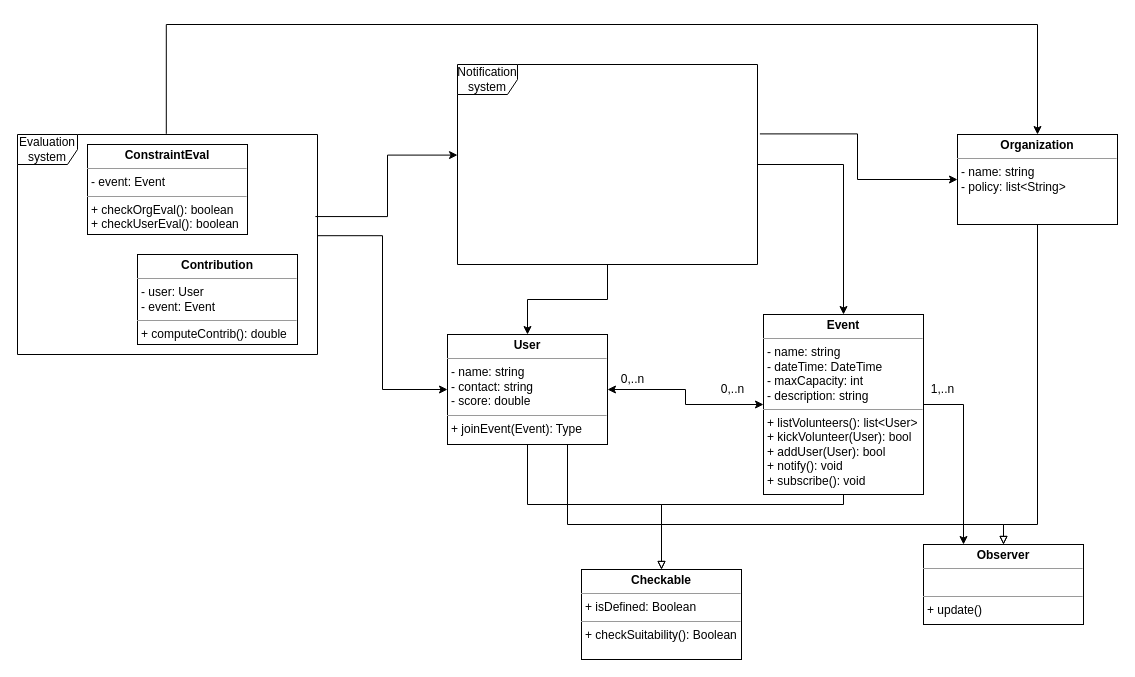
Earlier version of the draw.io diagram project/UMLproject.drawio (josura/HCI). Source tidied: cells renumbered, new cells numbered last; positions are measured from the earlier drawing's top-left corner, leaving out a move shared by most shapes. Both pictures are drawn from the tidied source at 100%, with x=0, y=0 at pixel (17, 24).
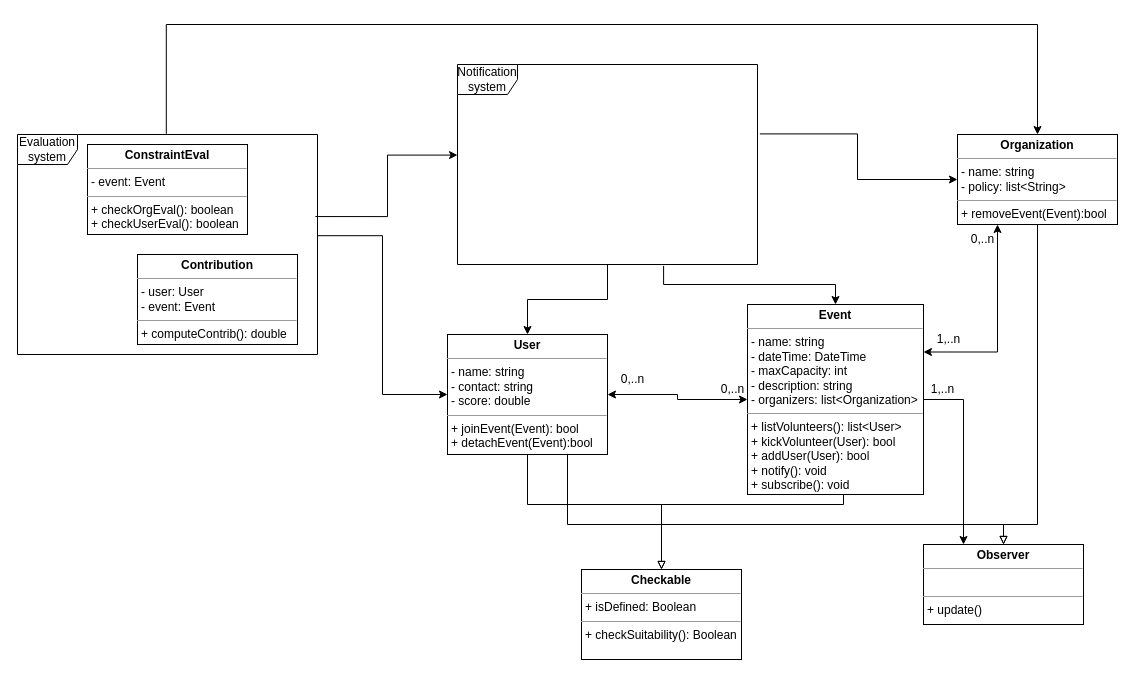
The same page after the edit.

The change refers to these unchanged cells:
```xml
<mxCell id="13" value="Notification system" style="shape=umlFrame;whiteSpace=wrap;html=1;" parent="1" vertex="1">
  <mxGeometry x="440" y="40" width="300" height="200" as="geometry" />
</mxCell>
```

The edit, as a diff of the source:
```diff
@@
-    <mxCell id="3" value="&lt;p style=&quot;margin:0px;margin-top:4px;text-align:center;&quot;&gt;&lt;b&gt;User&lt;/b&gt;&lt;/p&gt;&lt;hr size=&quot;1&quot;&gt;&lt;p style=&quot;margin:0px;margin-left:4px;&quot;&gt;- name: string&lt;/p&gt;&lt;p style=&quot;margin:0px;margin-left:4px;&quot;&gt;- contact: string&lt;br&gt;&lt;/p&gt;&lt;p style=&quot;margin:0px;margin-left:4px;&quot;&gt;- score: double&lt;br&gt;&lt;/p&gt;&lt;hr size=&quot;1&quot;&gt;&lt;p style=&quot;margin:0px;margin-left:4px;&quot;&gt;+ joinEvent(Event): Type&lt;/p&gt;" style="verticalAlign=top;align=left;overflow=fill;fontSize=12;fontFamily=Helvetica;html=1;whiteSpace=wrap;" parent="1" vertex="1">
-      <mxGeometry x="430" y="310" width="160" height="110" as="geometry" />
+    <mxCell id="3" value="&lt;p style=&quot;margin:0px;margin-top:4px;text-align:center;&quot;&gt;&lt;b&gt;User&lt;/b&gt;&lt;/p&gt;&lt;hr size=&quot;1&quot;&gt;&lt;p style=&quot;margin:0px;margin-left:4px;&quot;&gt;- name: string&lt;/p&gt;&lt;p style=&quot;margin:0px;margin-left:4px;&quot;&gt;- contact: string&lt;br&gt;&lt;/p&gt;&lt;p style=&quot;margin:0px;margin-left:4px;&quot;&gt;- score: double&lt;br&gt;&lt;/p&gt;&lt;hr size=&quot;1&quot;&gt;&lt;p style=&quot;margin:0px;margin-left:4px;&quot;&gt;+ joinEvent(Event): bool&lt;/p&gt;&lt;p style=&quot;margin:0px;margin-left:4px;&quot;&gt;+ detachEvent(Event):bool&lt;/p&gt;" style="verticalAlign=top;align=left;overflow=fill;fontSize=12;fontFamily=Helvetica;html=1;whiteSpace=wrap;" parent="1" vertex="1">
+      <mxGeometry x="430" y="310" width="160" height="120" as="geometry" />
     </mxCell>
@@
-    <mxCell id="7" value="&lt;p style=&quot;margin:0px;margin-top:4px;text-align:center;&quot;&gt;&lt;b&gt;Event&lt;/b&gt;&lt;/p&gt;&lt;hr size=&quot;1&quot;&gt;&lt;p style=&quot;margin:0px;margin-left:4px;&quot;&gt;- name: string&lt;/p&gt;&lt;p style=&quot;margin:0px;margin-left:4px;&quot;&gt;- dateTime: DateTime&lt;br&gt;&lt;/p&gt;&lt;p style=&quot;margin:0px;margin-left:4px;&quot;&gt;- maxCapacity: int&lt;br&gt;&lt;/p&gt;&lt;p style=&quot;margin:0px;margin-left:4px;&quot;&gt;- description: string&lt;/p&gt;&lt;hr size=&quot;1&quot;&gt;&lt;p style=&quot;margin:0px;margin-left:4px;&quot;&gt;+ listVolunteers(): list&amp;lt;User&amp;gt;&lt;/p&gt;&lt;p style=&quot;margin:0px;margin-left:4px;&quot;&gt;+ kickVolunteer(User): bool&lt;/p&gt;&lt;p style=&quot;margin:0px;margin-left:4px;&quot;&gt;+ addUser(User): bool&lt;/p&gt;&lt;p style=&quot;border-color: var(--border-color); margin: 0px 0px 0px 4px;&quot;&gt;+ notify(): void&lt;/p&gt;&lt;p style=&quot;border-color: var(--border-color); margin: 0px 0px 0px 4px;&quot;&gt;+ subscribe(): void&lt;/p&gt;" style="verticalAlign=top;align=left;overflow=fill;fontSize=12;fontFamily=Helvetica;html=1;whiteSpace=wrap;" parent="1" vertex="1">
-      <mxGeometry x="746" y="290" width="160" height="180" as="geometry" />
+    <mxCell id="7" value="&lt;p style=&quot;margin:0px;margin-top:4px;text-align:center;&quot;&gt;&lt;b&gt;Event&lt;/b&gt;&lt;/p&gt;&lt;hr size=&quot;1&quot;&gt;&lt;p style=&quot;margin:0px;margin-left:4px;&quot;&gt;- name: string&lt;/p&gt;&lt;p style=&quot;margin:0px;margin-left:4px;&quot;&gt;- dateTime: DateTime&lt;br&gt;&lt;/p&gt;&lt;p style=&quot;margin:0px;margin-left:4px;&quot;&gt;- maxCapacity: int&lt;br&gt;&lt;/p&gt;&lt;p style=&quot;margin:0px;margin-left:4px;&quot;&gt;- description: string&lt;/p&gt;&lt;p style=&quot;margin:0px;margin-left:4px;&quot;&gt;- organizers: list&amp;lt;Organization&amp;gt;&lt;/p&gt;&lt;hr size=&quot;1&quot;&gt;&lt;p style=&quot;margin:0px;margin-left:4px;&quot;&gt;+ listVolunteers(): list&amp;lt;User&amp;gt;&lt;/p&gt;&lt;p style=&quot;margin:0px;margin-left:4px;&quot;&gt;+ kickVolunteer(User): bool&lt;/p&gt;&lt;p style=&quot;margin:0px;margin-left:4px;&quot;&gt;+ addUser(User): bool&lt;/p&gt;&lt;p style=&quot;border-color: var(--border-color); margin: 0px 0px 0px 4px;&quot;&gt;+ notify(): void&lt;/p&gt;&lt;p style=&quot;border-color: var(--border-color); margin: 0px 0px 0px 4px;&quot;&gt;+ subscribe(): void&lt;/p&gt;" style="verticalAlign=top;align=left;overflow=fill;fontSize=12;fontFamily=Helvetica;html=1;whiteSpace=wrap;" parent="1" vertex="1">
+      <mxGeometry x="730" y="280" width="176" height="190" as="geometry" />
     </mxCell>
@@
+    <mxCell id="26" style="edgeStyle=orthogonalEdgeStyle;rounded=0;jettySize=auto;html=1;exitX=0.25;exitY=1;exitDx=0;exitDy=0;entryX=1;entryY=0.25;entryDx=0;entryDy=0;startArrow=classic;startFill=1;" parent="1" edge="1" source="9" target="7">
+      <mxGeometry relative="1" as="geometry" />
+    </mxCell>
-    <mxCell id="9" value="&lt;p style=&quot;margin:0px;margin-top:4px;text-align:center;&quot;&gt;&lt;b&gt;Organization&lt;/b&gt;&lt;/p&gt;&lt;hr size=&quot;1&quot;&gt;&lt;p style=&quot;margin:0px;margin-left:4px;&quot;&gt;- name: string&lt;/p&gt;&lt;p style=&quot;margin:0px;margin-left:4px;&quot;&gt;- policy: list&amp;lt;String&amp;gt;&lt;/p&gt;" style="verticalAlign=top;align=left;overflow=fill;fontSize=12;fontFamily=Helvetica;html=1;whiteSpace=wrap;" parent="1" vertex="1">
+    <mxCell id="9" value="&lt;p style=&quot;margin:0px;margin-top:4px;text-align:center;&quot;&gt;&lt;b&gt;Organization&lt;/b&gt;&lt;/p&gt;&lt;hr size=&quot;1&quot;&gt;&lt;p style=&quot;margin:0px;margin-left:4px;&quot;&gt;- name: string&lt;/p&gt;&lt;p style=&quot;margin:0px;margin-left:4px;&quot;&gt;- policy: list&amp;lt;String&amp;gt;&lt;/p&gt;&lt;hr style=&quot;border-color: var(--border-color);&quot; size=&quot;1&quot;&gt;&lt;p style=&quot;border-color: var(--border-color); margin: 0px 0px 0px 4px;&quot;&gt;+ removeEvent(Event):bool&lt;/p&gt;" style="verticalAlign=top;align=left;overflow=fill;fontSize=12;fontFamily=Helvetica;html=1;whiteSpace=wrap;" parent="1" vertex="1">
       <mxGeometry x="940" y="110" width="160" height="90" as="geometry" />
     </mxCell>
@@
-    <mxCell id="11" style="edgeStyle=orthogonalEdgeStyle;rounded=0;jettySize=auto;html=1;entryX=0.5;entryY=0;entryDx=0;entryDy=0;" parent="1" edge="1" source="13" target="7">
+    <mxCell id="11" style="edgeStyle=orthogonalEdgeStyle;rounded=0;jettySize=auto;html=1;entryX=0.5;entryY=0;entryDx=0;entryDy=0;exitX=0.687;exitY=1.007;exitDx=0;exitDy=0;exitPerimeter=0;" parent="1" edge="1" source="13" target="7">
       <mxGeometry relative="1" as="geometry" />
     </mxCell>
@@
+    <mxCell id="27" value="1,..n" style="text;html=1;align=center;verticalAlign=middle;strokeColor=none;fillColor=none;" parent="1" vertex="1">
+      <mxGeometry x="906" y="300" width="50" height="30" as="geometry" />
+    </mxCell>
+    <mxCell id="28" value="0,..n" style="text;html=1;align=center;verticalAlign=middle;strokeColor=none;fillColor=none;" parent="1" vertex="1">
+      <mxGeometry x="940" y="200" width="50" height="30" as="geometry" />
+    </mxCell>
```
